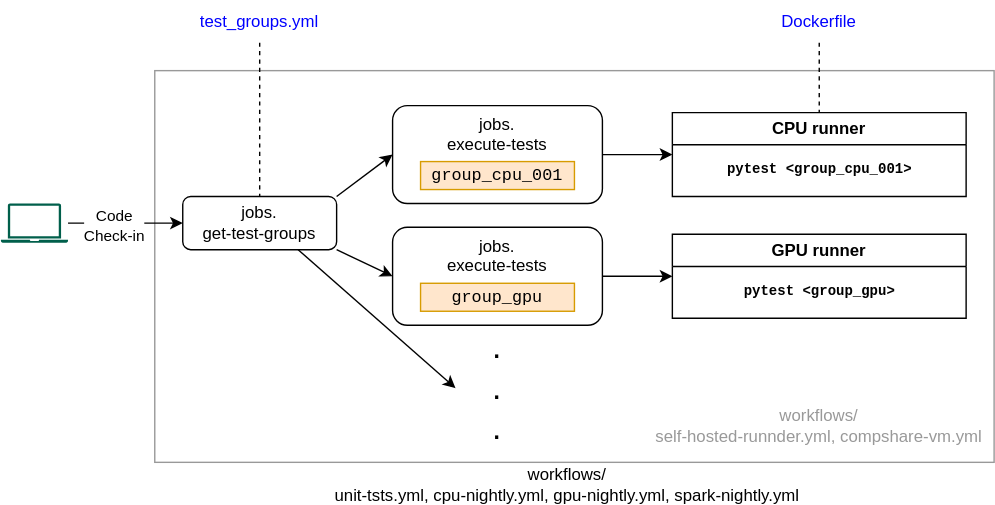
Earlier version of the draw.io export tests/github-actions-tests.svg (recommenders-team/recommenders). Source tidied: cells renumbered, new cells last; positions are measured from the earlier drawing's top-left corner, leaving out a move shared by most shapes.
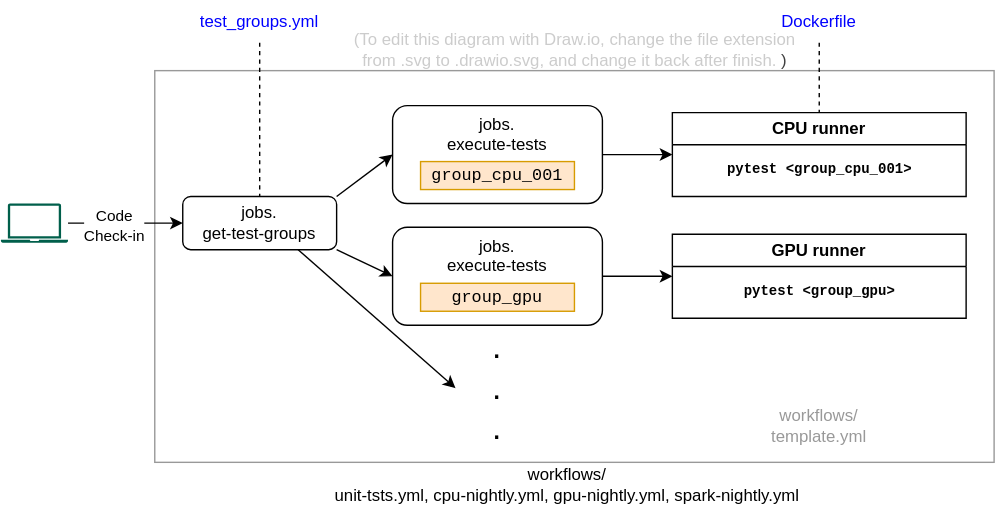
After the change.

The edit, as a diff of the source:
```diff
@@ -77,11 +77,14 @@
     <mxCell id="26" value=".&lt;div&gt;.&lt;/div&gt;&lt;div&gt;.&lt;/div&gt;" style="text;html=1;align=center;verticalAlign=middle;whiteSpace=wrap;rounded=0;fontSize=24;" parent="1" vertex="1">
       <mxGeometry x="325" y="227" width="60" height="100" as="geometry" />
     </mxCell>
-    <mxCell id="27" value="&lt;font style=&quot;color: rgb(153, 153, 153);&quot;&gt;workflows/&lt;/font&gt;&lt;div&gt;&lt;font style=&quot;color: rgb(153, 153, 153);&quot;&gt;self-hosted-runnder.yml, compshare-vm.yml&lt;/font&gt;&lt;/div&gt;" style="text;html=1;align=center;verticalAlign=middle;whiteSpace=wrap;rounded=0;fontColor=#999999;" parent="1" vertex="1">
+    <mxCell id="27" value="&lt;font style=&quot;color: rgb(153, 153, 153);&quot;&gt;workflows/&lt;/font&gt;&lt;div&gt;&lt;font style=&quot;color: rgb(153, 153, 153);&quot;&gt;template.yml&lt;/font&gt;&lt;/div&gt;" style="text;html=1;align=center;verticalAlign=middle;whiteSpace=wrap;rounded=0;fontColor=#999999;" parent="1" vertex="1">
       <mxGeometry x="460" y="280" width="250" height="48" as="geometry" />
     </mxCell>
     <mxCell id="28" value="workflows/&lt;div&gt;unit-tsts.yml, cpu-nightly.yml, gpu-nightly.yml, spark-nightly.yml&lt;/div&gt;" style="text;html=1;align=center;verticalAlign=middle;whiteSpace=wrap;rounded=0;" parent="1" vertex="1">
       <mxGeometry x="210" y="331" width="390" height="30" as="geometry" />
     </mxCell>
+    <mxCell id="29" value="&lt;font style=&quot;color: rgb(204, 204, 204);&quot;&gt;(To edit this diagram with Draw.io, change the file extension&lt;/font&gt;&lt;div&gt;&lt;font style=&quot;color: rgb(204, 204, 204);&quot;&gt;from .svg to .drawio.svg, and change it back after finish.&lt;span style=&quot;background-color: transparent; color: rgb(63, 63, 63);&quot;&gt;)&lt;/span&gt;&lt;/font&gt;&lt;/div&gt;" style="text;html=1;align=center;verticalAlign=middle;strokeColor=none;fillColor=none;" parent="1" vertex="1">
+      <mxGeometry x="240" y="15" width="340" height="40" as="geometry" />
+    </mxCell>
   </root>
 </mxGraphModel>
```
